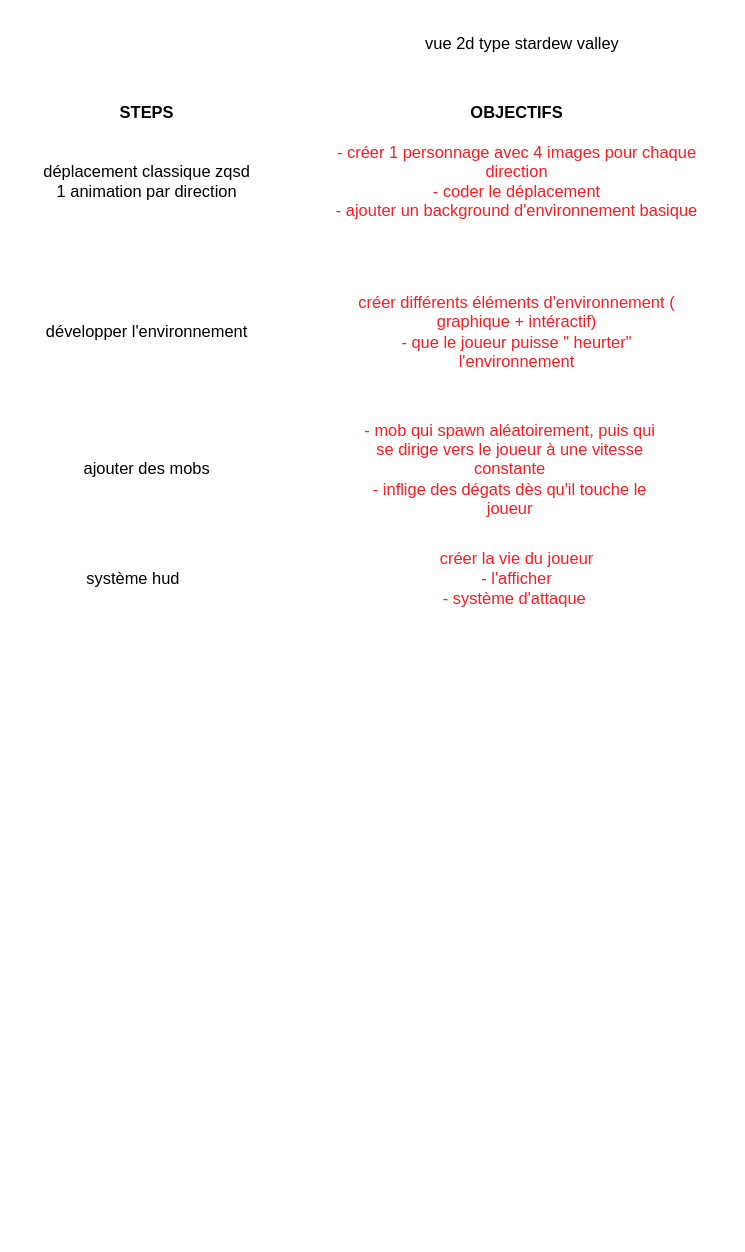
This is Diagramme sans nom.drawio from Baugih/AAProject, a draw.io file, before an edit. Source tidied: cells renumbered, new cells numbered last; positions are measured from the earlier drawing's top-left corner, leaving out a move shared by most shapes. Both pictures are drawn from the tidied source at 137%, with x=0, y=0 at pixel (23, 23).
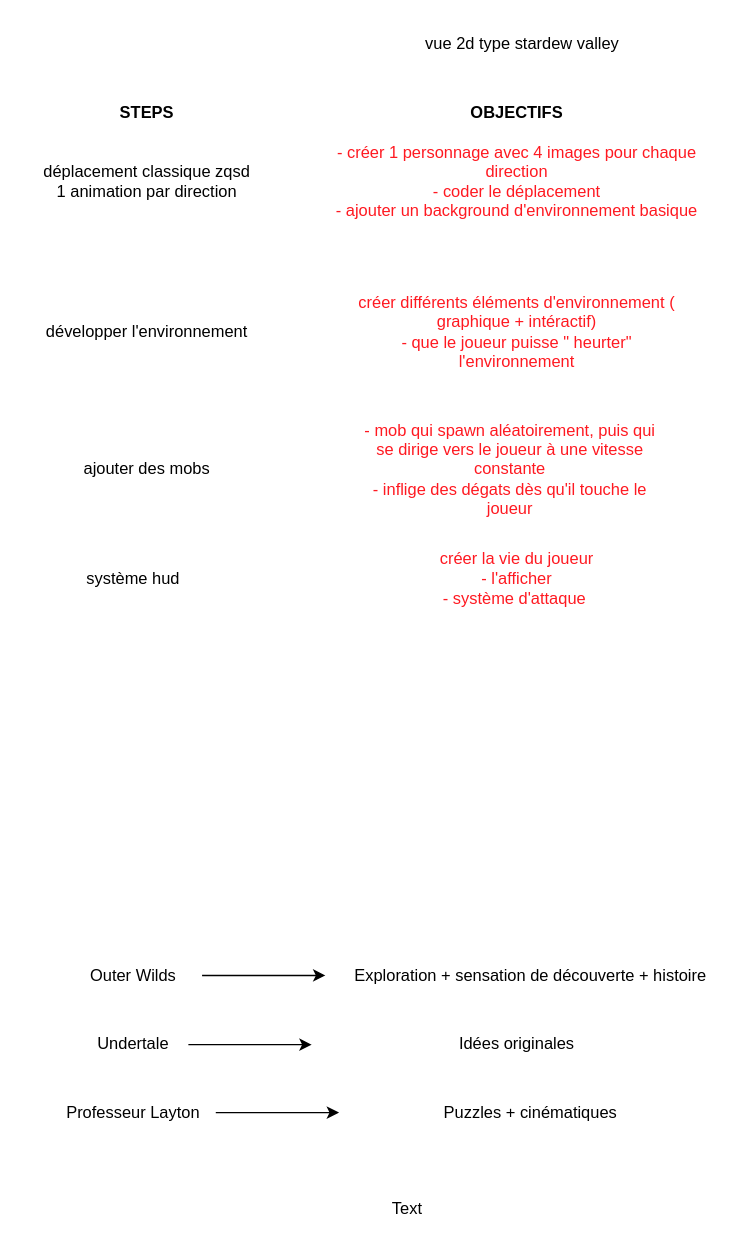
The same diagram, later.

Commit message:
Mettre à jour Diagramme sans nom.drawio

What changed in the source:
```diff
@@
+    <mxCell id="13" value="Outer Wilds" style="text;html=1;strokeColor=none;fillColor=none;align=center;verticalAlign=middle;whiteSpace=wrap;rounded=0;" parent="1" vertex="1">
+      <mxGeometry x="30" y="680" width="100" height="30" as="geometry" />
+    </mxCell>
+    <mxCell id="14" style="endArrow=classic;html=1;rounded=0;" parent="1" edge="1">
+      <mxGeometry relative="1" as="geometry">
+        <mxPoint x="150" y="694.5" as="sourcePoint" />
+        <mxPoint x="220" y="694.5" as="targetPoint" />
+        <Array as="points">
+          <mxPoint x="130" y="694.5" />
+        </Array>
+      </mxGeometry>
+    </mxCell>
+    <mxCell id="15" value="Exploration + sensation de découverte + histoire" style="text;html=1;strokeColor=none;fillColor=none;align=center;verticalAlign=middle;whiteSpace=wrap;rounded=0;" parent="1" vertex="1">
+      <mxGeometry x="230" y="680" width="280" height="30" as="geometry" />
+    </mxCell>
+    <mxCell id="16" value="Undertale" style="text;html=1;strokeColor=none;fillColor=none;align=center;verticalAlign=middle;whiteSpace=wrap;rounded=0;" parent="1" vertex="1">
+      <mxGeometry x="50" y="730" width="60" height="30" as="geometry" />
+    </mxCell>
+    <mxCell id="17" style="endArrow=classic;html=1;rounded=0;" parent="1" edge="1" target="18">
+      <mxGeometry relative="1" as="geometry">
+        <mxPoint x="120" y="745" as="sourcePoint" />
+        <Array as="points">
+          <mxPoint x="170" y="745" />
+        </Array>
+      </mxGeometry>
+    </mxCell>
+    <mxCell id="18" value="Idées originales " style="text;html=1;strokeColor=none;fillColor=none;align=center;verticalAlign=middle;whiteSpace=wrap;rounded=0;" parent="1" vertex="1">
+      <mxGeometry x="210" y="730" width="300" height="30" as="geometry" />
+    </mxCell>
+    <mxCell id="19" value="Professeur Layton" style="text;html=1;strokeColor=none;fillColor=none;align=center;verticalAlign=middle;whiteSpace=wrap;rounded=0;" parent="1" vertex="1">
+      <mxGeometry x="20" y="780" width="120" height="30" as="geometry" />
+    </mxCell>
+    <mxCell id="20" style="endArrow=classic;html=1;rounded=0;" parent="1" edge="1">
+      <mxGeometry relative="1" as="geometry">
+        <mxPoint x="140" y="794.6" as="sourcePoint" />
+        <mxPoint x="230" y="794.6" as="targetPoint" />
+      </mxGeometry>
+    </mxCell>
+    <mxCell id="21" value="Puzzles + cinématiques" style="text;html=1;strokeColor=none;fillColor=none;align=center;verticalAlign=middle;whiteSpace=wrap;rounded=0;" parent="1" vertex="1">
+      <mxGeometry x="275" y="780" width="190" height="30" as="geometry" />
+    </mxCell>
+    <mxCell id="22" value="Text" style="text;html=1;strokeColor=none;fillColor=none;align=center;verticalAlign=middle;whiteSpace=wrap;rounded=0;" parent="1" vertex="1">
+      <mxGeometry x="190" y="850" width="180" height="30" as="geometry" />
+    </mxCell>
```
